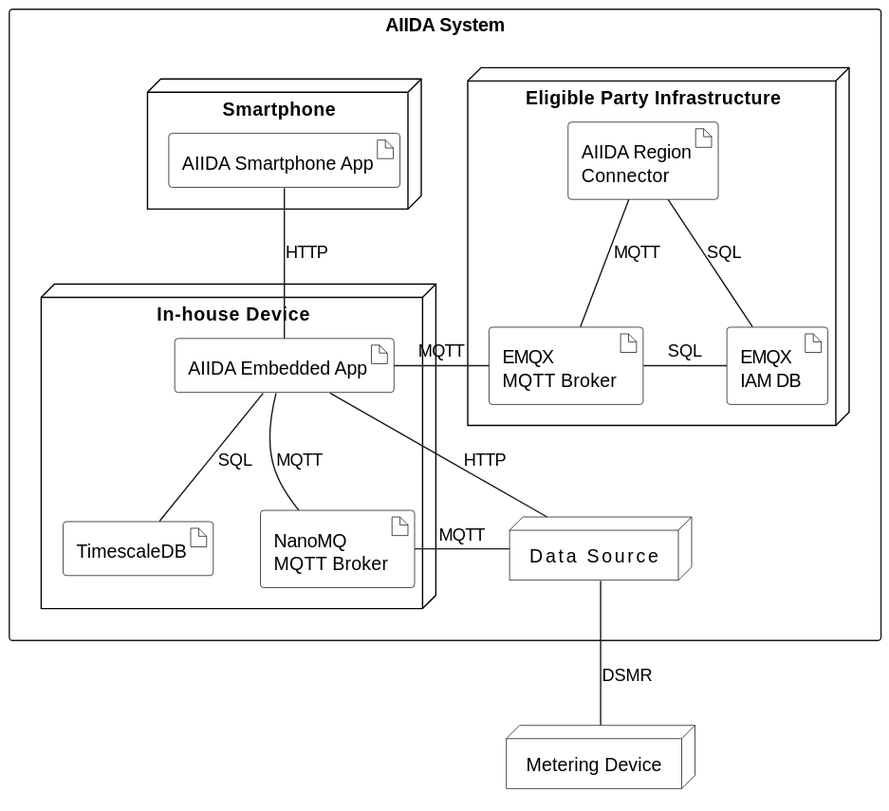
Before: arc42/aiida/deployment-view/figures/aiida_deployment_view.svg, a diagram exported from PlantUML (eddie-energy/architecture).
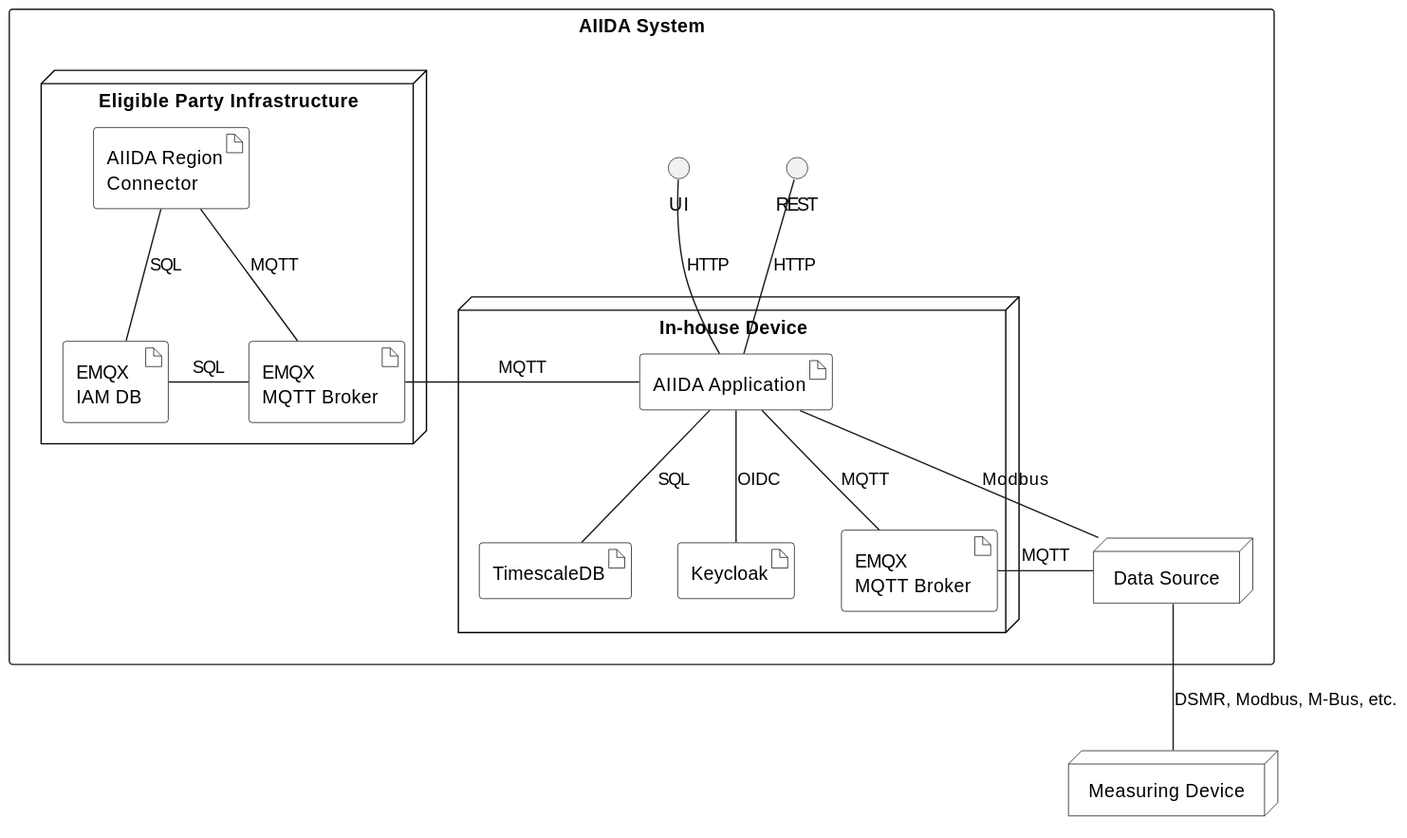
The same file after the commit.

Commit message:
Part of #120: Improve class diagram of deployment view

Change to the diagram source:
```diff
@@ -15,40 +15,42 @@
 }
 
 rectangle "AIIDA System" {
+  node "In-house Device" as aiida {
+    artifact "AIIDA Application" as aiidaapp
+    artifact "EMQX \nMQTT Broker" as emqx
+    artifact "TimescaleDB" as db
+    artifact "Keycloak" as kc
+
+    aiidaapp -down- emqx : MQTT
+    aiidaapp -down- db : SQL
+    aiidaapp -down- kc : OIDC
+    db -[hidden]right- emqx
+    kc -[hidden]right- emqx
+  }
+
   node "Eligible Party Infrastructure"  as epInfra{
-      artifact "AIIDA Region\nConnector" as regcon
+    artifact "AIIDA Region\nConnector" as regcon
     artifact "EMQX \nMQTT Broker" as broker
     artifact "EMQX \nIAM DB" as emqxiam
 
-    broker -right- emqxiam : SQL
+    broker -left- emqxiam : SQL
     regcon -down- broker : MQTT
     regcon -down- emqxiam : SQL
 
   }
 
-  node "Smartphone" as smartphone{
-    artifact "AIIDA Smartphone App" as app
+  aiidaapp -left- broker : MQTT
+  aiidaapp -up- REST : HTTP
+  aiidaapp -up- UI : HTTP
 
-  }
-  node "In-house Device" as aiida {
-    artifact "AIIDA Embedded App" as embapp
-    artifact "NanoMQ \nMQTT Broker" as nano
-    artifact "TimescaleDB" as db
+node "Data Source" as adapterDevice
+}
+node "Measuring Device" as measuringdevice
 
-    embapp -down- nano : MQTT
-    embapp -down- db : SQL
-    db -[hidden]right- nano
-  }
+adapterDevice -left- aiidaapp : Modbus
+adapterDevice -left- emqx : MQTT
 
-  embapp -up- app : HTTP
-  embapp -right- broker : MQTT
+measuringdevice -up- adapterDevice : DSMR, Modbus, M-Bus, etc.
 
-node "Adapter Device" as adapterDevice
 }
-node "Metering Device" as smartmeter
-
-adapterDevice -left- embapp : HTTP
-adapterDevice -left- nano : MQTT
-
-smartmeter -up- adapterDevice : DSMR
 @enduml
```
